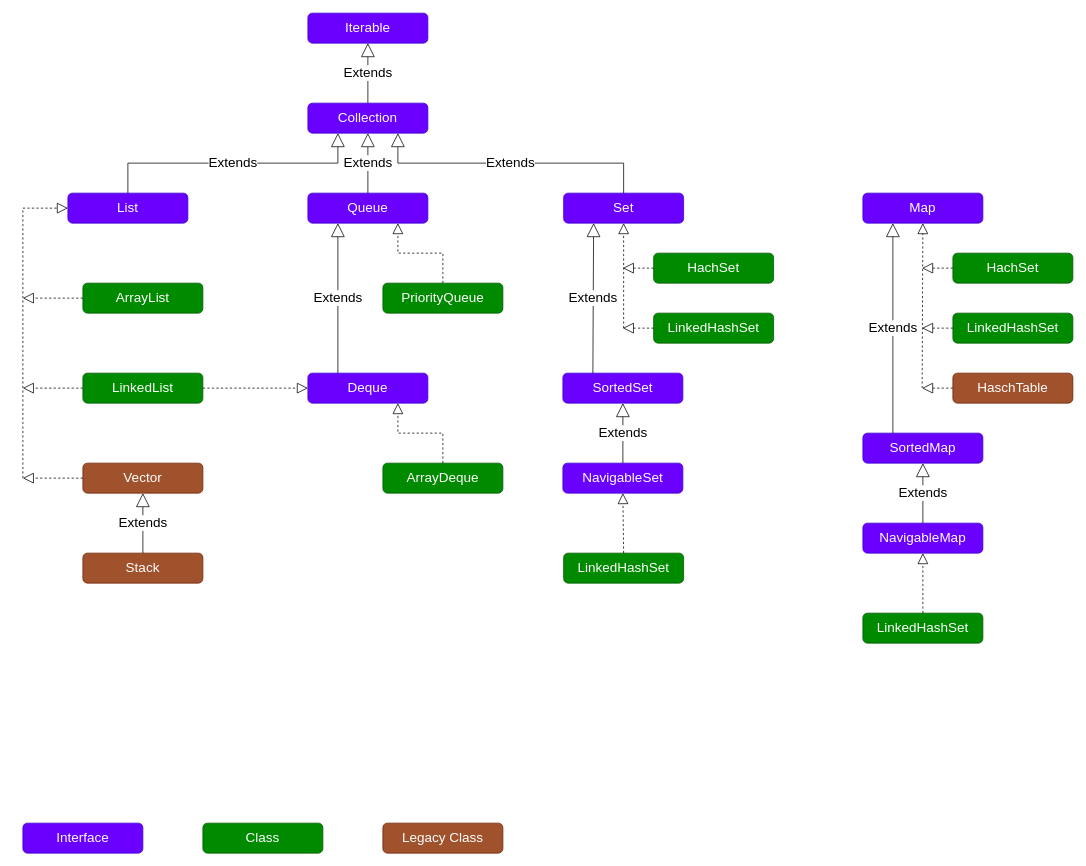
Before: src/main/resources/Collections.drawio in SichniyAndriy/Avada_Task-6_Data_structures, a draw.io diagram. Source tidied: cells renumbered, new cells numbered last; positions are measured from the earlier drawing's top-left corner, leaving out a move shared by most shapes. Both pictures are drawn from the tidied source at 75%, with x=0, y=0 at pixel (22, 13).
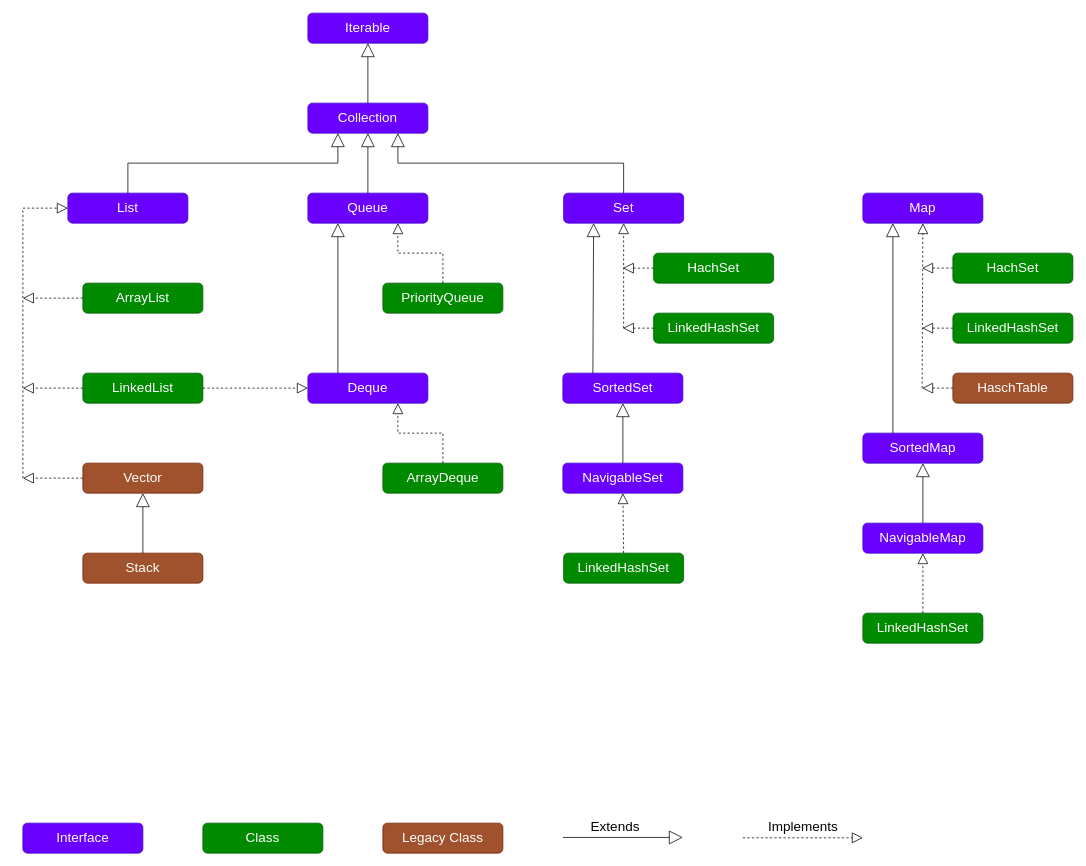
Above is the later version.

The change refers to these unchanged cells:
```xml
<mxCell id="2" value="&lt;font style=&quot;font-size: 18px;&quot;&gt;Iterable&lt;/font&gt;" style="rounded=1;whiteSpace=wrap;html=1;fillColor=#6a00ff;fontColor=#ffffff;strokeColor=#3700CC;" parent="1" vertex="1">
  <mxGeometry x="380" width="160" height="40" as="geometry" />
</mxCell>
<mxCell id="3" value="&lt;font style=&quot;font-size: 18px;&quot;&gt;Collection&lt;/font&gt;" style="rounded=1;whiteSpace=wrap;html=1;fillColor=#6a00ff;fontColor=#ffffff;strokeColor=#3700CC;" parent="1" vertex="1">
  <mxGeometry x="380" y="120" width="160" height="40" as="geometry" />
</mxCell>
<mxCell id="6" value="&lt;font style=&quot;font-size: 18px;&quot;&gt;List&lt;/font&gt;" style="rounded=1;whiteSpace=wrap;html=1;fillColor=#6a00ff;fontColor=#ffffff;strokeColor=#3700CC;" parent="1" vertex="1">
  <mxGeometry x="60" y="240" width="160" height="40" as="geometry" />
</mxCell>
<mxCell id="7" value="&lt;span style=&quot;font-size: 18px;&quot;&gt;Queue&lt;/span&gt;" style="rounded=1;whiteSpace=wrap;html=1;fillColor=#6a00ff;fontColor=#ffffff;strokeColor=#3700CC;" parent="1" vertex="1">
  <mxGeometry x="380" y="240" width="160" height="40" as="geometry" />
</mxCell>
<mxCell id="8" value="&lt;font style=&quot;font-size: 18px;&quot;&gt;Set&lt;/font&gt;" style="rounded=1;whiteSpace=wrap;html=1;fillColor=#6a00ff;fontColor=#ffffff;strokeColor=#3700CC;" parent="1" vertex="1">
  <mxGeometry x="721" y="240" width="160" height="40" as="geometry" />
</mxCell>
<mxCell id="13" value="&lt;font style=&quot;font-size: 18px;&quot;&gt;Vector&lt;/font&gt;" style="rounded=1;whiteSpace=wrap;html=1;fillColor=#a0522d;fontColor=#ffffff;strokeColor=#6D1F00;" parent="1" vertex="1">
  <mxGeometry x="80" y="600" width="160" height="40" as="geometry" />
</mxCell>
<mxCell id="14" value="&lt;font style=&quot;font-size: 18px;&quot;&gt;Stack&lt;/font&gt;" style="rounded=1;whiteSpace=wrap;html=1;fillColor=#a0522d;fontColor=#ffffff;strokeColor=#6D1F00;" parent="1" vertex="1">
  <mxGeometry x="80" y="720" width="160" height="40" as="geometry" />
</mxCell>
<mxCell id="16" value="&lt;span style=&quot;font-size: 18px;&quot;&gt;Deque&lt;br&gt;&lt;/span&gt;" style="rounded=1;whiteSpace=wrap;html=1;fillColor=#6a00ff;fontColor=#ffffff;strokeColor=#3700CC;" parent="1" vertex="1">
  <mxGeometry x="380" y="480" width="160" height="40" as="geometry" />
</mxCell>
<mxCell id="29" value="&lt;font style=&quot;font-size: 18px;&quot;&gt;SortedSet&lt;/font&gt;" style="rounded=1;whiteSpace=wrap;html=1;fillColor=#6a00ff;fontColor=#ffffff;strokeColor=#3700CC;" parent="1" vertex="1">
  <mxGeometry x="720" y="480" width="160" height="40" as="geometry" />
</mxCell>
<mxCell id="30" value="&lt;font style=&quot;font-size: 18px;&quot;&gt;NavigableSet&lt;/font&gt;" style="rounded=1;whiteSpace=wrap;html=1;fillColor=#6a00ff;fontColor=#ffffff;strokeColor=#3700CC;" parent="1" vertex="1">
  <mxGeometry x="720" y="600" width="160" height="40" as="geometry" />
</mxCell>
<mxCell id="40" value="&lt;font style=&quot;font-size: 18px;&quot;&gt;Map&lt;/font&gt;" style="rounded=1;whiteSpace=wrap;html=1;fillColor=#6a00ff;fontColor=#ffffff;strokeColor=#3700CC;" parent="1" vertex="1">
  <mxGeometry x="1120" y="240" width="160" height="40" as="geometry" />
</mxCell>
<mxCell id="48" value="&lt;font style=&quot;font-size: 18px;&quot;&gt;SortedMap&lt;/font&gt;" style="rounded=1;whiteSpace=wrap;html=1;fillColor=#6a00ff;fontColor=#ffffff;strokeColor=#3700CC;" parent="1" vertex="1">
  <mxGeometry x="1120" y="560" width="160" height="40" as="geometry" />
</mxCell>
<mxCell id="50" value="&lt;font style=&quot;font-size: 18px;&quot;&gt;NavigableMap&lt;/font&gt;" style="rounded=1;whiteSpace=wrap;html=1;fillColor=#6a00ff;fontColor=#ffffff;strokeColor=#3700CC;" parent="1" vertex="1">
  <mxGeometry x="1120" y="680" width="160" height="40" as="geometry" />
</mxCell>
```

Diff of the diagram source:
```diff
@@
-    <mxCell id="5" value="Extends" style="endArrow=block;endSize=16;endFill=0;html=1;rounded=0;fontSize=18;exitX=0.5;exitY=0;exitDx=0;exitDy=0;entryX=0.5;entryY=1;entryDx=0;entryDy=0;" parent="1" edge="1" source="3" target="2">
+    <mxCell id="5" style="endArrow=block;endSize=16;endFill=0;html=1;rounded=0;fontSize=18;exitX=0.5;exitY=0;exitDx=0;exitDy=0;entryX=0.5;entryY=1;entryDx=0;entryDy=0;" parent="1" edge="1" source="3" target="2">
       <mxGeometry relative="1" as="geometry" />
     </mxCell>
@@
-    <mxCell id="19" value="Extends" style="endArrow=block;endSize=16;endFill=0;html=1;rounded=0;fontSize=18;exitX=0.5;exitY=0;exitDx=0;exitDy=0;entryX=0.5;entryY=1;entryDx=0;entryDy=0;" parent="1" edge="1" source="14" target="13">
+    <mxCell id="19" style="endArrow=block;endSize=16;endFill=0;html=1;rounded=0;fontSize=18;exitX=0.5;exitY=0;exitDx=0;exitDy=0;entryX=0.5;entryY=1;entryDx=0;entryDy=0;" parent="1" edge="1" source="14" target="13">
       <mxGeometry relative="1" as="geometry" />
     </mxCell>
@@
-    <mxCell id="23" value="Extends" style="endArrow=block;endSize=16;endFill=0;html=1;rounded=0;fontSize=18;exitX=0.25;exitY=0;exitDx=0;exitDy=0;entryX=0.25;entryY=1;entryDx=0;entryDy=0;" parent="1" edge="1" source="16" target="7">
+    <mxCell id="23" style="endArrow=block;endSize=16;endFill=0;html=1;rounded=0;fontSize=18;exitX=0.25;exitY=0;exitDx=0;exitDy=0;entryX=0.25;entryY=1;entryDx=0;entryDy=0;" parent="1" edge="1" source="16" target="7">
       <mxGeometry relative="1" as="geometry" />
     </mxCell>
@@
-    <mxCell id="26" value="Extends" style="endArrow=block;endSize=16;endFill=0;html=1;rounded=0;fontSize=18;exitX=0.5;exitY=0;exitDx=0;exitDy=0;entryX=0.25;entryY=1;entryDx=0;entryDy=0;edgeStyle=orthogonalEdgeStyle;" parent="1" edge="1" source="6" target="3">
+    <mxCell id="26" style="endArrow=block;endSize=16;endFill=0;html=1;rounded=0;fontSize=18;exitX=0.5;exitY=0;exitDx=0;exitDy=0;entryX=0.25;entryY=1;entryDx=0;entryDy=0;edgeStyle=orthogonalEdgeStyle;" parent="1" edge="1" source="6" target="3">
       <mxGeometry relative="1" as="geometry" />
     </mxCell>
-    <mxCell id="27" value="Extends" style="endArrow=block;endSize=16;endFill=0;html=1;rounded=0;fontSize=18;exitX=0.5;exitY=0;exitDx=0;exitDy=0;entryX=0.5;entryY=1;entryDx=0;entryDy=0;" parent="1" edge="1" source="7" target="3">
+    <mxCell id="27" style="endArrow=block;endSize=16;endFill=0;html=1;rounded=0;fontSize=18;exitX=0.5;exitY=0;exitDx=0;exitDy=0;entryX=0.5;entryY=1;entryDx=0;entryDy=0;" parent="1" edge="1" source="7" target="3">
       <mxGeometry relative="1" as="geometry" />
     </mxCell>
-    <mxCell id="28" value="Extends" style="endArrow=block;endSize=16;endFill=0;html=1;rounded=0;fontSize=18;entryX=0.75;entryY=1;entryDx=0;entryDy=0;exitX=0.5;exitY=0;exitDx=0;exitDy=0;edgeStyle=orthogonalEdgeStyle;" parent="1" edge="1" source="8" target="3">
+    <mxCell id="28" style="endArrow=block;endSize=16;endFill=0;html=1;rounded=0;fontSize=18;entryX=0.75;entryY=1;entryDx=0;entryDy=0;exitX=0.5;exitY=0;exitDx=0;exitDy=0;edgeStyle=orthogonalEdgeStyle;" parent="1" edge="1" source="8" target="3">
       <mxGeometry relative="1" as="geometry" />
     </mxCell>
@@
-    <mxCell id="36" value="Extends" style="endArrow=block;endSize=16;endFill=0;html=1;rounded=0;fontSize=18;exitX=0.25;exitY=0;exitDx=0;exitDy=0;entryX=0.25;entryY=1;entryDx=0;entryDy=0;" parent="1" edge="1" source="29" target="8">
+    <mxCell id="36" style="endArrow=block;endSize=16;endFill=0;html=1;rounded=0;fontSize=18;exitX=0.25;exitY=0;exitDx=0;exitDy=0;entryX=0.25;entryY=1;entryDx=0;entryDy=0;" parent="1" edge="1" source="29" target="8">
       <mxGeometry relative="1" as="geometry" />
     </mxCell>
-    <mxCell id="37" value="Extends" style="endArrow=block;endSize=16;endFill=0;html=1;rounded=0;fontSize=18;exitX=0.5;exitY=0;exitDx=0;exitDy=0;entryX=0.5;entryY=1;entryDx=0;entryDy=0;" parent="1" edge="1" source="30" target="29">
+    <mxCell id="37" style="endArrow=block;endSize=16;endFill=0;html=1;rounded=0;fontSize=18;exitX=0.5;exitY=0;exitDx=0;exitDy=0;entryX=0.5;entryY=1;entryDx=0;entryDy=0;" parent="1" edge="1" source="30" target="29">
       <mxGeometry relative="1" as="geometry" />
     </mxCell>
@@
-    <mxCell id="49" value="Extends" style="endArrow=block;endSize=16;endFill=0;html=1;rounded=0;fontSize=18;exitX=0.25;exitY=0;exitDx=0;exitDy=0;entryX=0.25;entryY=1;entryDx=0;entryDy=0;" parent="1" edge="1" source="48" target="40">
+    <mxCell id="49" style="endArrow=block;endSize=16;endFill=0;html=1;rounded=0;fontSize=18;exitX=0.25;exitY=0;exitDx=0;exitDy=0;entryX=0.25;entryY=1;entryDx=0;entryDy=0;" parent="1" edge="1" source="48" target="40">
       <mxGeometry relative="1" as="geometry" />
     </mxCell>
@@
-    <mxCell id="51" value="Extends" style="endArrow=block;endSize=16;endFill=0;html=1;rounded=0;fontSize=18;exitX=0.5;exitY=0;exitDx=0;exitDy=0;entryX=0.5;entryY=1;entryDx=0;entryDy=0;" parent="1" edge="1" source="50" target="48">
+    <mxCell id="51" style="endArrow=block;endSize=16;endFill=0;html=1;rounded=0;fontSize=18;exitX=0.5;exitY=0;exitDx=0;exitDy=0;entryX=0.5;entryY=1;entryDx=0;entryDy=0;" parent="1" edge="1" source="50" target="48">
       <mxGeometry relative="1" as="geometry" />
     </mxCell>
@@
+    <mxCell id="55" style="endArrow=block;endSize=16;endFill=0;html=1;rounded=0;fontSize=18;" parent="1" edge="1">
+      <mxGeometry y="19" relative="1" as="geometry">
+        <mxPoint x="720" y="1099.1" as="sourcePoint" />
+        <mxPoint x="880" y="1099.1" as="targetPoint" />
+      </mxGeometry>
+    </mxCell>
+    <mxCell id="56" style="endArrow=block;dashed=1;endFill=0;endSize=12;html=1;rounded=0;fontSize=18;" parent="1" edge="1">
+      <mxGeometry relative="1" as="geometry">
+        <mxPoint x="960" y="1099.6" as="sourcePoint" />
+        <mxPoint x="1120" y="1099.6" as="targetPoint" />
+      </mxGeometry>
+    </mxCell>
+    <mxCell id="57" value="Implements" style="text;html=1;align=center;verticalAlign=middle;strokeColor=none;fillColor=none;fontSize=18;" parent="1" vertex="1">
+      <mxGeometry x="980" y="1065" width="120" height="40" as="geometry" />
+    </mxCell>
+    <mxCell id="58" value="Extends" style="text;html=1;strokeColor=none;fillColor=none;align=center;verticalAlign=middle;whiteSpace=wrap;rounded=0;labelBackgroundColor=default;fontSize=18;" parent="1" vertex="1">
+      <mxGeometry x="760" y="1070" width="60" height="30" as="geometry" />
+    </mxCell>
```
